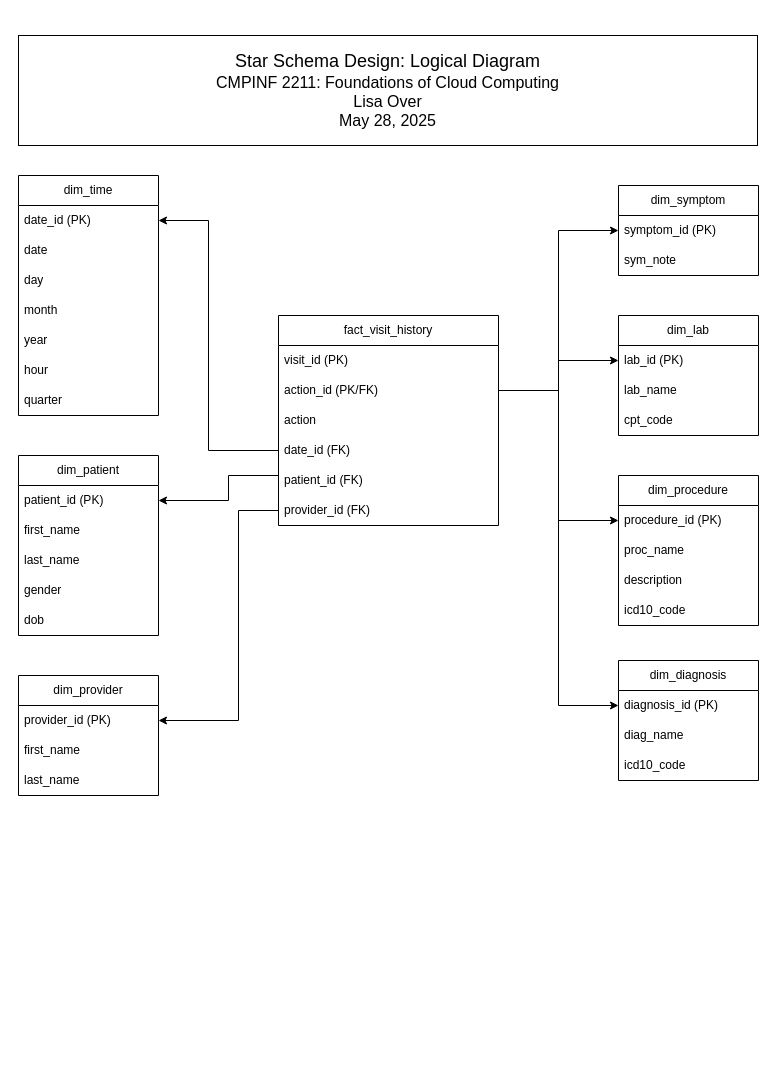
Above: EMR_Star_Schema/emr_star_schema_logic_diagram.drawio in sandbox-lisa/drawio (draw.io), before the change. Source tidied: cells renumbered, new cells numbered last; positions are measured from the earlier drawing's top-left corner, leaving out a move shared by most shapes. Both pictures are drawn from the tidied source at 100%, with x=0, y=0 at pixel (18, 35).
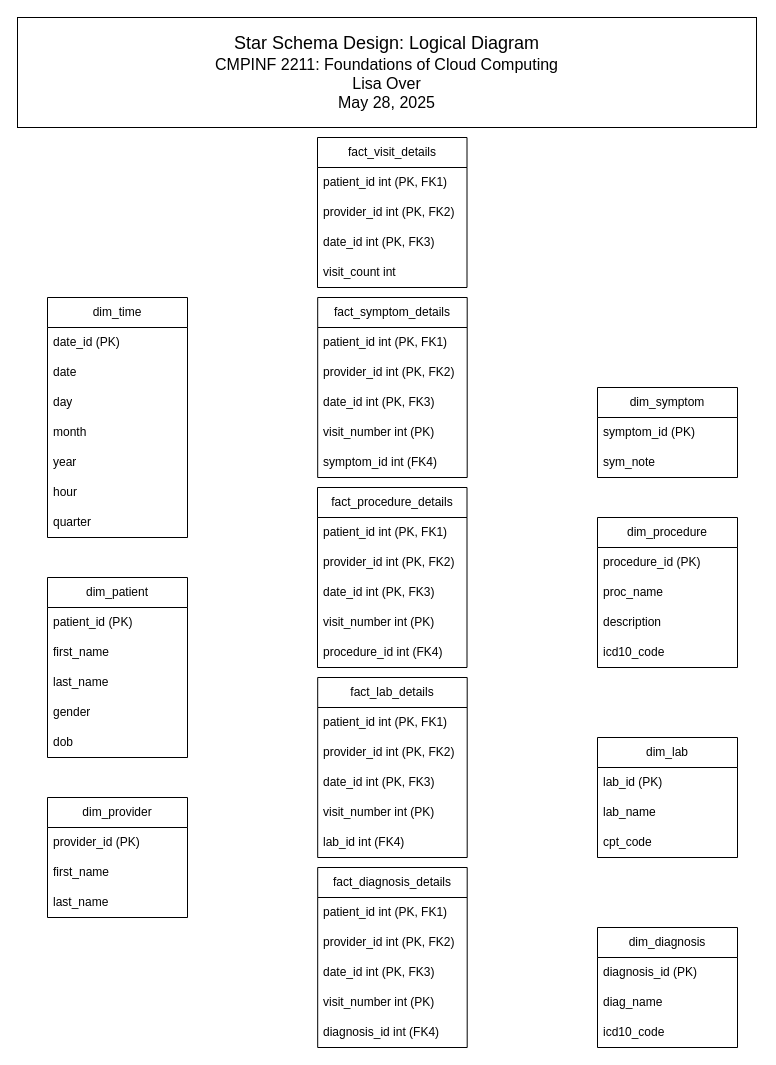
The same page after the edit.

The change refers to these unchanged cells:
```xml
<mxCell id="10" value="date_id (PK)" style="text;strokeColor=none;fillColor=none;align=left;verticalAlign=middle;spacingLeft=4;spacingRight=4;overflow=hidden;points=[[0,0.5],[1,0.5]];portConstraint=eastwest;whiteSpace=wrap;html=1;" parent="9" vertex="1">
  <mxGeometry y="30" width="140" height="30" as="geometry" />
</mxCell>
<mxCell id="18" value="patient_id (PK)" style="text;strokeColor=none;fillColor=none;align=left;verticalAlign=middle;spacingLeft=4;spacingRight=4;overflow=hidden;points=[[0,0.5],[1,0.5]];portConstraint=eastwest;whiteSpace=wrap;html=1;" parent="17" vertex="1">
  <mxGeometry y="30" width="140" height="30" as="geometry" />
</mxCell>
<mxCell id="24" value="provider_id (PK)" style="text;strokeColor=none;fillColor=none;align=left;verticalAlign=middle;spacingLeft=4;spacingRight=4;overflow=hidden;points=[[0,0.5],[1,0.5]];portConstraint=eastwest;whiteSpace=wrap;html=1;" parent="23" vertex="1">
  <mxGeometry y="30" width="140" height="30" as="geometry" />
</mxCell>
<mxCell id="28" value="procedure_id (PK)" style="text;strokeColor=none;fillColor=none;align=left;verticalAlign=middle;spacingLeft=4;spacingRight=4;overflow=hidden;points=[[0,0.5],[1,0.5]];portConstraint=eastwest;whiteSpace=wrap;html=1;" parent="27" vertex="1">
  <mxGeometry y="30" width="140" height="30" as="geometry" />
</mxCell>
<mxCell id="33" value="diagnosis_id (PK)" style="text;strokeColor=none;fillColor=none;align=left;verticalAlign=middle;spacingLeft=4;spacingRight=4;overflow=hidden;points=[[0,0.5],[1,0.5]];portConstraint=eastwest;whiteSpace=wrap;html=1;" parent="32" vertex="1">
  <mxGeometry y="30" width="140" height="30" as="geometry" />
</mxCell>
<mxCell id="37" value="symptom_id (PK)" style="text;strokeColor=none;fillColor=none;align=left;verticalAlign=middle;spacingLeft=4;spacingRight=4;overflow=hidden;points=[[0,0.5],[1,0.5]];portConstraint=eastwest;whiteSpace=wrap;html=1;" parent="36" vertex="1">
  <mxGeometry y="30" width="140" height="30" as="geometry" />
</mxCell>
<mxCell id="47" value="lab_id (PK)" style="text;strokeColor=none;fillColor=none;align=left;verticalAlign=middle;spacingLeft=4;spacingRight=4;overflow=hidden;points=[[0,0.5],[1,0.5]];portConstraint=eastwest;whiteSpace=wrap;html=1;" parent="46" vertex="1">
  <mxGeometry y="30" width="140" height="30" as="geometry" />
</mxCell>
```

Diff of the diagram source:
```diff
@@
-    <mxCell id="2" value="fact_visit_history" style="swimlane;fontStyle=0;horizontal=1;startSize=30;whiteSpace=wrap;html=1;" parent="1" vertex="1">
-      <mxGeometry x="260" y="280" width="220" height="210" as="geometry" />
+    <mxCell id="2" value="fact_visit_details" style="swimlane;fontStyle=0;horizontal=1;startSize=30;whiteSpace=wrap;html=1;" parent="1" vertex="1">
+      <mxGeometry x="299" y="102" width="149.5" height="150" as="geometry" />
     </mxCell>
-    <mxCell id="3" value="visit_id (PK)" style="text;strokeColor=none;fillColor=none;align=left;verticalAlign=middle;spacingLeft=4;spacingRight=4;overflow=hidden;whiteSpace=wrap;html=1;" parent="2" vertex="1">
-      <mxGeometry y="30" width="220" height="30" as="geometry" />
-    </mxCell>
-    <mxCell id="4" value="action_id (PK/FK)" style="text;strokeColor=none;fillColor=none;align=left;verticalAlign=middle;spacingLeft=4;spacingRight=4;overflow=hidden;points=[[0,0.5],[1,0.5]];portConstraint=eastwest;whiteSpace=wrap;html=1;" parent="2" vertex="1">
-      <mxGeometry y="60" width="220" height="30" as="geometry" />
-    </mxCell>
-    <mxCell id="5" value="action" style="text;strokeColor=none;fillColor=none;align=left;verticalAlign=middle;spacingLeft=4;spacingRight=4;overflow=hidden;whiteSpace=wrap;html=1;" parent="2" vertex="1">
-      <mxGeometry y="90" width="220" height="30" as="geometry" />
-    </mxCell>
-    <mxCell id="6" value="date_id (FK)" style="text;strokeColor=none;fillColor=none;align=left;verticalAlign=middle;spacingLeft=4;spacingRight=4;overflow=hidden;points=[[0,0.5],[1,0.5]];portConstraint=eastwest;whiteSpace=wrap;html=1;" parent="2" vertex="1">
-      <mxGeometry y="120" width="220" height="30" as="geometry" />
-    </mxCell>
-    <mxCell id="7" value="patient_id (FK)" style="text;strokeColor=none;fillColor=none;align=left;verticalAlign=middle;spacingLeft=4;spacingRight=4;overflow=hidden;points=[[0,0.5],[1,0.5]];portConstraint=eastwest;whiteSpace=wrap;html=1;" parent="2" vertex="1">
-      <mxGeometry y="150" width="220" height="30" as="geometry" />
-    </mxCell>
-    <mxCell id="8" value="provider_id&amp;nbsp;(FK)" style="text;strokeColor=none;fillColor=none;align=left;verticalAlign=middle;spacingLeft=4;spacingRight=4;overflow=hidden;points=[[0,0.5],[1,0.5]];portConstraint=eastwest;whiteSpace=wrap;html=1;" parent="2" vertex="1">
-      <mxGeometry y="180" width="220" height="30" as="geometry" />
-    </mxCell>
+    <mxCell id="51" value="patient_id int (PK, FK1)" style="text;strokeColor=none;fillColor=none;align=left;verticalAlign=middle;spacingLeft=4;spacingRight=4;overflow=hidden;whiteSpace=wrap;html=1;" parent="2" vertex="1">
+      <mxGeometry y="30" width="149.5" height="30" as="geometry" />
+    </mxCell>
+    <mxCell id="52" value="provider_id int (PK, FK2)" style="text;strokeColor=none;fillColor=none;align=left;verticalAlign=middle;spacingLeft=4;spacingRight=4;overflow=hidden;whiteSpace=wrap;html=1;" parent="2" vertex="1">
+      <mxGeometry y="60" width="149.5" height="30" as="geometry" />
+    </mxCell>
+    <mxCell id="53" value="date_id int (PK, FK3)" style="text;strokeColor=none;fillColor=none;align=left;verticalAlign=middle;spacingLeft=4;spacingRight=4;overflow=hidden;whiteSpace=wrap;html=1;" parent="2" vertex="1">
+      <mxGeometry y="90" width="149.5" height="30" as="geometry" />
+    </mxCell>
+    <mxCell id="54" value="visit_count int" style="text;strokeColor=none;fillColor=none;align=left;verticalAlign=middle;spacingLeft=4;spacingRight=4;overflow=hidden;whiteSpace=wrap;html=1;" parent="2" vertex="1">
+      <mxGeometry y="120" width="149.5" height="30" as="geometry" />
+    </mxCell>
     <mxCell id="9" value="dim_time" style="swimlane;fontStyle=0;horizontal=1;startSize=30;whiteSpace=wrap;html=1;" parent="1" vertex="1">
-      <mxGeometry y="140" width="140" height="240" as="geometry" />
+      <mxGeometry x="29" y="262" width="140" height="240" as="geometry" />
     </mxCell>
@@
     <mxCell id="17" value="dim_patient" style="swimlane;fontStyle=0;horizontal=1;startSize=30;whiteSpace=wrap;html=1;" parent="1" vertex="1">
-      <mxGeometry y="420" width="140" height="180" as="geometry" />
+      <mxGeometry x="29" y="542" width="140" height="180" as="geometry" />
     </mxCell>
@@
     <mxCell id="23" value="dim_provider" style="swimlane;fontStyle=0;horizontal=1;startSize=30;whiteSpace=wrap;html=1;" parent="1" vertex="1">
-      <mxGeometry y="640" width="140" height="120" as="geometry" />
+      <mxGeometry x="29" y="762" width="140" height="120" as="geometry" />
     </mxCell>
@@
     <mxCell id="27" value="dim_procedure" style="swimlane;fontStyle=0;horizontal=1;startSize=30;whiteSpace=wrap;html=1;" parent="1" vertex="1">
-      <mxGeometry x="600" y="440" width="140" height="150" as="geometry" />
+      <mxGeometry x="579" y="482" width="140" height="150" as="geometry" />
     </mxCell>
@@
     <mxCell id="32" value="dim_diagnosis" style="swimlane;fontStyle=0;horizontal=1;startSize=30;whiteSpace=wrap;html=1;" parent="1" vertex="1">
-      <mxGeometry x="600" y="625" width="140" height="120" as="geometry" />
+      <mxGeometry x="579" y="892" width="140" height="120" as="geometry" />
     </mxCell>
@@
     <mxCell id="36" value="dim_symptom" style="swimlane;fontStyle=0;horizontal=1;startSize=30;whiteSpace=wrap;html=1;" parent="1" vertex="1">
-      <mxGeometry x="600" y="150" width="140" height="90" as="geometry" />
+      <mxGeometry x="579" y="352" width="140" height="90" as="geometry" />
     </mxCell>
@@
-    <mxCell id="39" style="edgeStyle=orthogonalEdgeStyle;rounded=0;jettySize=auto;html=1;exitX=1;exitY=0.5;exitDx=0;exitDy=0;entryX=0;entryY=0.5;entryDx=0;entryDy=0;" parent="1" edge="1" source="4" target="47">
-      <mxGeometry relative="1" as="geometry" />
-    </mxCell>
-    <mxCell id="40" style="edgeStyle=orthogonalEdgeStyle;rounded=0;jettySize=auto;html=1;exitX=1;exitY=0.5;exitDx=0;exitDy=0;entryX=0;entryY=0.5;entryDx=0;entryDy=0;" parent="1" edge="1" source="4" target="37">
-      <mxGeometry relative="1" as="geometry" />
-    </mxCell>
-    <mxCell id="41" style="edgeStyle=orthogonalEdgeStyle;rounded=0;jettySize=auto;html=1;exitX=1;exitY=0.5;exitDx=0;exitDy=0;entryX=0;entryY=0.5;entryDx=0;entryDy=0;" parent="1" edge="1" source="4" target="33">
-      <mxGeometry relative="1" as="geometry" />
-    </mxCell>
-    <mxCell id="42" style="edgeStyle=orthogonalEdgeStyle;rounded=0;jettySize=auto;html=1;exitX=0;exitY=0.5;exitDx=0;exitDy=0;entryX=1;entryY=0.5;entryDx=0;entryDy=0;" parent="1" edge="1" source="6" target="10">
-      <mxGeometry relative="1" as="geometry">
-        <Array as="points">
-          <mxPoint x="190" y="415" />
-          <mxPoint x="190" y="185" />
-        </Array>
-      </mxGeometry>
-    </mxCell>
-    <mxCell id="43" style="edgeStyle=orthogonalEdgeStyle;rounded=0;jettySize=auto;html=1;exitX=0;exitY=0.5;exitDx=0;exitDy=0;entryX=1;entryY=0.5;entryDx=0;entryDy=0;" parent="1" edge="1" source="7" target="18">
-      <mxGeometry relative="1" as="geometry">
-        <Array as="points">
-          <mxPoint x="260" y="440" />
-          <mxPoint x="210" y="440" />
-          <mxPoint x="210" y="465" />
-        </Array>
-      </mxGeometry>
-    </mxCell>
-    <mxCell id="44" style="edgeStyle=orthogonalEdgeStyle;rounded=0;jettySize=auto;html=1;exitX=0;exitY=0.5;exitDx=0;exitDy=0;entryX=1;entryY=0.5;entryDx=0;entryDy=0;" parent="1" edge="1" source="8" target="24">
-      <mxGeometry relative="1" as="geometry">
-        <Array as="points">
-          <mxPoint x="220" y="475" />
-          <mxPoint x="220" y="685" />
-        </Array>
-      </mxGeometry>
-    </mxCell>
-    <mxCell id="45" style="edgeStyle=orthogonalEdgeStyle;rounded=0;jettySize=auto;html=1;exitX=1;exitY=0.5;exitDx=0;exitDy=0;entryX=0;entryY=0.5;entryDx=0;entryDy=0;" parent="1" edge="1" source="4" target="28">
-      <mxGeometry relative="1" as="geometry" />
-    </mxCell>
+    <mxCell id="50" value="&lt;font style=&quot;font-size: 18px;&quot;&gt;Star Schema Design: Logical Diagram&lt;/font&gt;&lt;div&gt;&lt;font size=&quot;3&quot;&gt;CMPINF 2211: Foundations of Cloud Computing&lt;br&gt;&lt;/font&gt;&lt;div&gt;&lt;font size=&quot;3&quot;&gt;Lisa Over&lt;/font&gt;&lt;/div&gt;&lt;div&gt;&lt;font size=&quot;3&quot;&gt;May 28, 2025&lt;/font&gt;&lt;/div&gt;&lt;/div&gt;" style="rounded=0;whiteSpace=wrap;html=1;" parent="1" vertex="1">
+      <mxGeometry x="-1" y="-18" width="739" height="110" as="geometry" />
+    </mxCell>
+    <mxCell id="55" value="fact_symptom_details" style="swimlane;fontStyle=0;horizontal=1;startSize=30;whiteSpace=wrap;html=1;" parent="1" vertex="1">
+      <mxGeometry x="299.2" y="262" width="149.5" height="180" as="geometry" />
+    </mxCell>
+    <mxCell id="56" value="patient_id int (PK, FK1)" style="text;strokeColor=none;fillColor=none;align=left;verticalAlign=middle;spacingLeft=4;spacingRight=4;overflow=hidden;whiteSpace=wrap;html=1;" parent="55" vertex="1">
+      <mxGeometry y="30" width="149.5" height="30" as="geometry" />
+    </mxCell>
+    <mxCell id="57" value="provider_id int (PK, FK2)" style="text;strokeColor=none;fillColor=none;align=left;verticalAlign=middle;spacingLeft=4;spacingRight=4;overflow=hidden;whiteSpace=wrap;html=1;" parent="55" vertex="1">
+      <mxGeometry y="60" width="149.5" height="30" as="geometry" />
+    </mxCell>
+    <mxCell id="58" value="date_id int (PK, FK3)" style="text;strokeColor=none;fillColor=none;align=left;verticalAlign=middle;spacingLeft=4;spacingRight=4;overflow=hidden;whiteSpace=wrap;html=1;" parent="55" vertex="1">
+      <mxGeometry y="90" width="149.5" height="30" as="geometry" />
+    </mxCell>
+    <mxCell id="59" value="visit_number int (PK)" style="text;strokeColor=none;fillColor=none;align=left;verticalAlign=middle;spacingLeft=4;spacingRight=4;overflow=hidden;whiteSpace=wrap;html=1;" parent="55" vertex="1">
+      <mxGeometry y="120" width="149.5" height="30" as="geometry" />
+    </mxCell>
+    <mxCell id="60" value="symptom_id int&amp;nbsp;(FK4)" style="text;strokeColor=none;fillColor=none;align=left;verticalAlign=middle;spacingLeft=4;spacingRight=4;overflow=hidden;whiteSpace=wrap;html=1;" parent="55" vertex="1">
+      <mxGeometry y="150" width="149.5" height="30" as="geometry" />
+    </mxCell>
+    <mxCell id="61" value="fact_procedure_details" style="swimlane;fontStyle=0;horizontal=1;startSize=30;whiteSpace=wrap;html=1;" parent="1" vertex="1">
+      <mxGeometry x="299" y="452" width="149.5" height="180" as="geometry" />
+    </mxCell>
+    <mxCell id="62" value="patient_id int (PK, FK1)" style="text;strokeColor=none;fillColor=none;align=left;verticalAlign=middle;spacingLeft=4;spacingRight=4;overflow=hidden;whiteSpace=wrap;html=1;" parent="61" vertex="1">
+      <mxGeometry y="30" width="149.5" height="30" as="geometry" />
+    </mxCell>
+    <mxCell id="63" value="provider_id int (PK, FK2)" style="text;strokeColor=none;fillColor=none;align=left;verticalAlign=middle;spacingLeft=4;spacingRight=4;overflow=hidden;whiteSpace=wrap;html=1;" parent="61" vertex="1">
+      <mxGeometry y="60" width="149.5" height="30" as="geometry" />
+    </mxCell>
+    <mxCell id="64" value="date_id int (PK, FK3)" style="text;strokeColor=none;fillColor=none;align=left;verticalAlign=middle;spacingLeft=4;spacingRight=4;overflow=hidden;whiteSpace=wrap;html=1;" parent="61" vertex="1">
+      <mxGeometry y="90" width="149.5" height="30" as="geometry" />
+    </mxCell>
+    <mxCell id="65" value="visit_number int (PK)" style="text;strokeColor=none;fillColor=none;align=left;verticalAlign=middle;spacingLeft=4;spacingRight=4;overflow=hidden;whiteSpace=wrap;html=1;" parent="61" vertex="1">
+      <mxGeometry y="120" width="149.5" height="30" as="geometry" />
+    </mxCell>
+    <mxCell id="66" value="procedure_id int&amp;nbsp;(FK4)" style="text;strokeColor=none;fillColor=none;align=left;verticalAlign=middle;spacingLeft=4;spacingRight=4;overflow=hidden;whiteSpace=wrap;html=1;" parent="61" vertex="1">
+      <mxGeometry y="150" width="149.5" height="30" as="geometry" />
+    </mxCell>
+    <mxCell id="67" value="fact_lab_details" style="swimlane;fontStyle=0;horizontal=1;startSize=30;whiteSpace=wrap;html=1;" parent="1" vertex="1">
+      <mxGeometry x="299.2" y="642" width="149.5" height="180" as="geometry" />
+    </mxCell>
+    <mxCell id="68" value="patient_id int (PK, FK1)" style="text;strokeColor=none;fillColor=none;align=left;verticalAlign=middle;spacingLeft=4;spacingRight=4;overflow=hidden;whiteSpace=wrap;html=1;" parent="67" vertex="1">
+      <mxGeometry y="30" width="149.5" height="30" as="geometry" />
+    </mxCell>
+    <mxCell id="69" value="provider_id int (PK, FK2)" style="text;strokeColor=none;fillColor=none;align=left;verticalAlign=middle;spacingLeft=4;spacingRight=4;overflow=hidden;whiteSpace=wrap;html=1;" parent="67" vertex="1">
+      <mxGeometry y="60" width="149.5" height="30" as="geometry" />
+    </mxCell>
+    <mxCell id="70" value="date_id int (PK, FK3)" style="text;strokeColor=none;fillColor=none;align=left;verticalAlign=middle;spacingLeft=4;spacingRight=4;overflow=hidden;whiteSpace=wrap;html=1;" parent="67" vertex="1">
+      <mxGeometry y="90" width="149.5" height="30" as="geometry" />
+    </mxCell>
+    <mxCell id="71" value="visit_number&amp;nbsp;int (PK)" style="text;strokeColor=none;fillColor=none;align=left;verticalAlign=middle;spacingLeft=4;spacingRight=4;overflow=hidden;whiteSpace=wrap;html=1;" parent="67" vertex="1">
+      <mxGeometry y="120" width="149.5" height="30" as="geometry" />
+    </mxCell>
+    <mxCell id="72" value="lab_id&amp;nbsp;int&amp;nbsp;(FK4)" style="text;strokeColor=none;fillColor=none;align=left;verticalAlign=middle;spacingLeft=4;spacingRight=4;overflow=hidden;whiteSpace=wrap;html=1;" parent="67" vertex="1">
+      <mxGeometry y="150" width="149.5" height="30" as="geometry" />
+    </mxCell>
+    <mxCell id="73" value="fact_diagnosis_details" style="swimlane;fontStyle=0;horizontal=1;startSize=30;whiteSpace=wrap;html=1;" parent="1" vertex="1">
+      <mxGeometry x="299.2" y="832" width="149.5" height="180" as="geometry" />
+    </mxCell>
+    <mxCell id="74" value="patient_id int (PK, FK1)" style="text;strokeColor=none;fillColor=none;align=left;verticalAlign=middle;spacingLeft=4;spacingRight=4;overflow=hidden;whiteSpace=wrap;html=1;" parent="73" vertex="1">
+      <mxGeometry y="30" width="149.5" height="30" as="geometry" />
+    </mxCell>
+    <mxCell id="75" value="provider_id int (PK, FK2)" style="text;strokeColor=none;fillColor=none;align=left;verticalAlign=middle;spacingLeft=4;spacingRight=4;overflow=hidden;whiteSpace=wrap;html=1;" parent="73" vertex="1">
+      <mxGeometry y="60" width="149.5" height="30" as="geometry" />
+    </mxCell>
+    <mxCell id="76" value="date_id int (PK, FK3)" style="text;strokeColor=none;fillColor=none;align=left;verticalAlign=middle;spacingLeft=4;spacingRight=4;overflow=hidden;whiteSpace=wrap;html=1;" parent="73" vertex="1">
+      <mxGeometry y="90" width="149.5" height="30" as="geometry" />
+    </mxCell>
+    <mxCell id="77" value="visit_number&amp;nbsp;int (PK)" style="text;strokeColor=none;fillColor=none;align=left;verticalAlign=middle;spacingLeft=4;spacingRight=4;overflow=hidden;whiteSpace=wrap;html=1;" parent="73" vertex="1">
+      <mxGeometry y="120" width="149.5" height="30" as="geometry" />
+    </mxCell>
+    <mxCell id="78" value="diagnosis_id&amp;nbsp;int&amp;nbsp;(FK4)" style="text;strokeColor=none;fillColor=none;align=left;verticalAlign=middle;spacingLeft=4;spacingRight=4;overflow=hidden;whiteSpace=wrap;html=1;" parent="73" vertex="1">
+      <mxGeometry y="150" width="149.5" height="30" as="geometry" />
+    </mxCell>
     <mxCell id="46" value="dim_lab" style="swimlane;fontStyle=0;horizontal=1;startSize=30;whiteSpace=wrap;html=1;" parent="1" vertex="1">
-      <mxGeometry x="600" y="280" width="140" height="120" as="geometry" />
+      <mxGeometry x="579" y="702" width="140" height="120" as="geometry" />
     </mxCell>
@@
-    <mxCell id="50" value="&lt;font style=&quot;font-size: 18px;&quot;&gt;Star Schema Design: Logical Diagram&lt;/font&gt;&lt;div&gt;&lt;font size=&quot;3&quot;&gt;CMPINF 2211: Foundations of Cloud Computing&lt;br&gt;&lt;/font&gt;&lt;div&gt;&lt;font size=&quot;3&quot;&gt;Lisa Over&lt;/font&gt;&lt;/div&gt;&lt;div&gt;&lt;font size=&quot;3&quot;&gt;May 28, 2025&lt;/font&gt;&lt;/div&gt;&lt;/div&gt;" style="rounded=0;whiteSpace=wrap;html=1;" parent="1" vertex="1">
-      <mxGeometry width="739" height="110" as="geometry" />
-    </mxCell>
```
